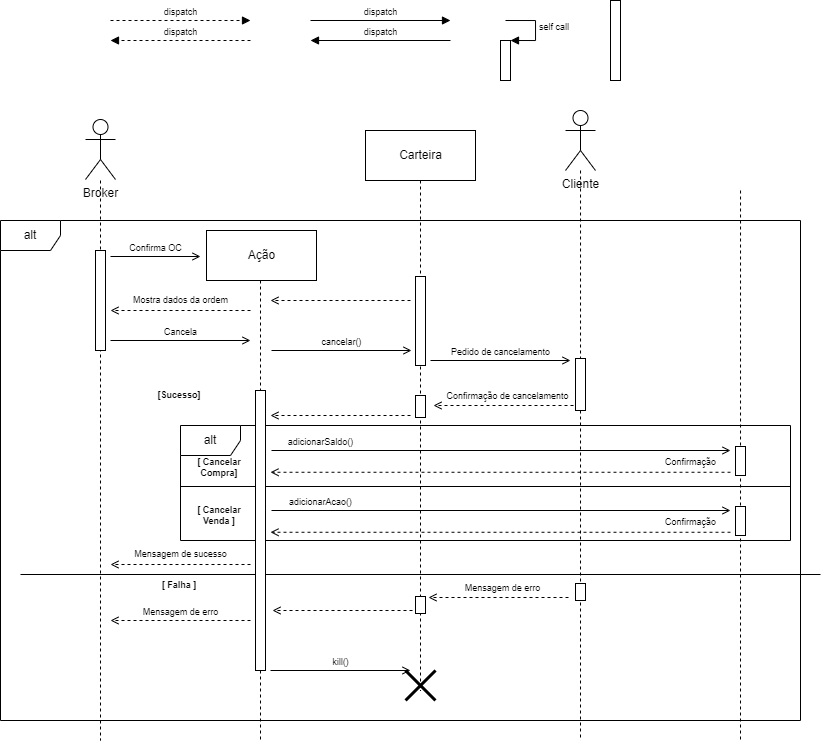
The draw.io diagram MarketDiagramasDeSequencia/MarketSequencia04.drawio.png in EijiDogen/FEI_MDSMarket, before a commit. Source tidied: cells renumbered, new cells last; positions are measured from the earlier drawing's top-left corner, leaving out a move shared by most shapes.
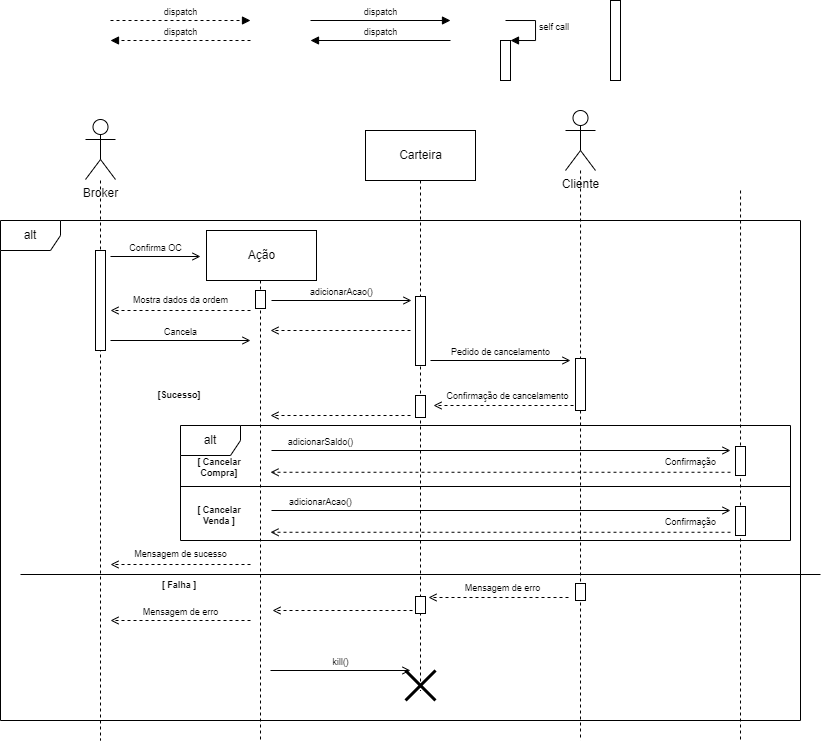
Above is the later version.

Change to the diagram source:
```diff
@@ -109,7 +109,7 @@
       <mxGeometry x="95" y="250" width="10" height="100" as="geometry" />
     </mxCell>
     <mxCell id="26" style="html=1;perimeter=orthogonalPerimeter;fontSize=9;" parent="23" vertex="1">
-      <mxGeometry x="255" y="390" width="10" height="280" as="geometry" />
+      <mxGeometry x="255" y="290" width="10" height="18" as="geometry" />
     </mxCell>
     <mxCell id="27" style="html=1;perimeter=orthogonalPerimeter;fontSize=9;" parent="23" vertex="1">
       <mxGeometry x="415" y="395" width="10" height="22" as="geometry" />
@@ -170,12 +170,12 @@
     </mxCell>
     <mxCell id="40" style="html=1;verticalAlign=bottom;endArrow=open;rounded=0;fontSize=9;dashed=1;endFill=0;" parent="32" edge="1">
       <mxGeometry relative="1" as="geometry">
-        <mxPoint x="410" y="300" as="sourcePoint" />
-        <mxPoint x="270" y="300" as="targetPoint" />
+        <mxPoint x="410" y="330" as="sourcePoint" />
+        <mxPoint x="270" y="330" as="targetPoint" />
       </mxGeometry>
     </mxCell>
     <mxCell id="41" style="html=1;perimeter=orthogonalPerimeter;fontSize=9;" parent="32" vertex="1">
-      <mxGeometry x="415" y="276" width="10" height="89" as="geometry" />
+      <mxGeometry x="415" y="296" width="10" height="69" as="geometry" />
     </mxCell>
     <mxCell id="42" style="html=1;verticalAlign=bottom;endArrow=open;rounded=0;dashed=1;fontSize=9;endFill=0;" parent="32" edge="1">
       <mxGeometry relative="1" as="geometry">
@@ -220,10 +220,10 @@
         <mxPoint x="31" y="-13" as="offset" />
       </mxGeometry>
     </mxCell>
-    <mxCell id="50" value="cancelar()" style="html=1;verticalAlign=bottom;endArrow=open;rounded=0;fontSize=9;endFill=0;" parent="32" edge="1">
+    <mxCell id="50" value="adicionarAcao()" style="html=1;verticalAlign=bottom;endArrow=open;rounded=0;fontSize=9;endFill=0;" parent="32" edge="1">
       <mxGeometry relative="1" as="geometry">
-        <mxPoint x="271" y="350" as="sourcePoint" />
-        <mxPoint x="411" y="350" as="targetPoint" />
+        <mxPoint x="271" y="300" as="sourcePoint" />
+        <mxPoint x="411" y="300" as="targetPoint" />
       </mxGeometry>
     </mxCell>
     <mxCell id="51" style="html=1;verticalAlign=bottom;endArrow=open;rounded=0;fontSize=9;dashed=1;endFill=0;" parent="32" edge="1">
```
